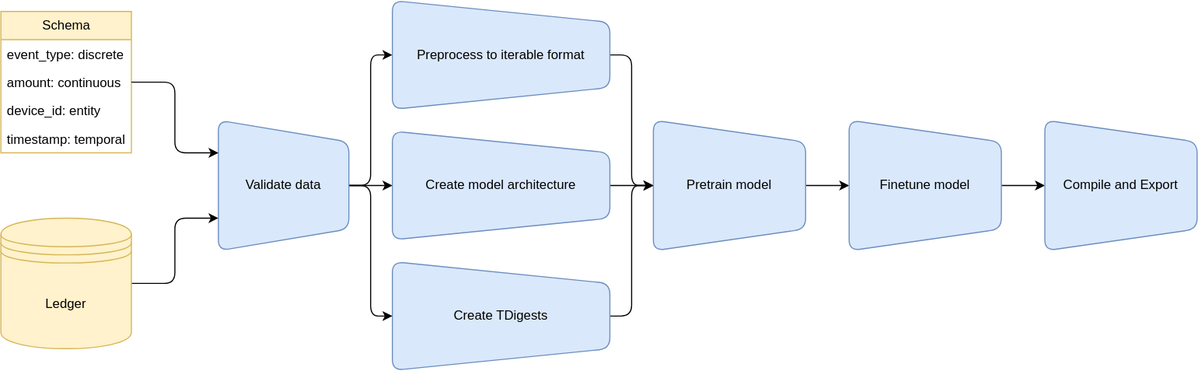
Earlier version of the draw.io export docs/diagrams/pipeline.drawio.svg (granthamtaylor/windmark). Source tidied: cells renumbered, new cells last; positions are measured from the earlier drawing's top-left corner, leaving out a move shared by most shapes.
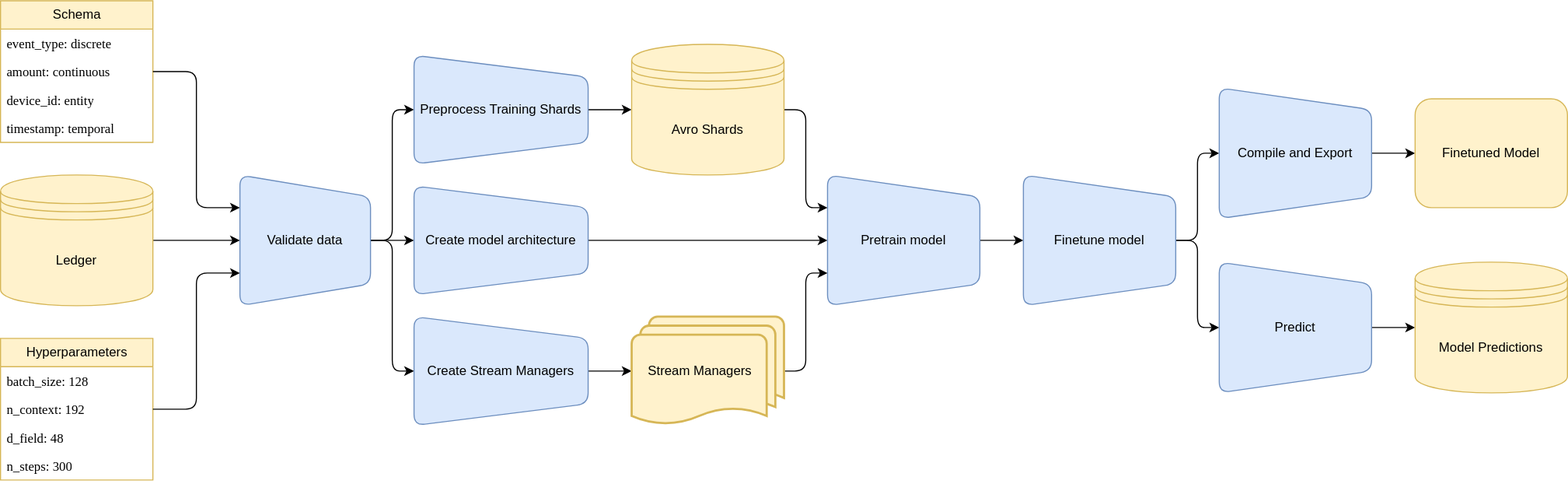
Later version of the same file.

The edit, as a diff of the source:
```diff
@@ -2,8 +2,13 @@
   <root>
     <mxCell id="0" />
     <mxCell id="1" parent="0" />
-    <mxCell id="2" style="edgeStyle=elbowEdgeStyle;html=1;entryX=0.5;entryY=1;entryDx=0;entryDy=0;" parent="1" edge="1" source="5" target="15">
-      <mxGeometry relative="1" as="geometry" />
+    <mxCell id="2" style="edgeStyle=elbowEdgeStyle;html=1;entryX=0.5;entryY=1;entryDx=0;entryDy=0;" parent="1" edge="1" target="15">
+      <mxGeometry relative="1" as="geometry">
+        <mxPoint x="320" y="170" as="sourcePoint" />
+        <Array as="points">
+          <mxPoint x="340" y="110" />
+        </Array>
+      </mxGeometry>
     </mxCell>
     <mxCell id="3" style="edgeStyle=elbowEdgeStyle;html=1;" parent="1" edge="1" source="5" target="17">
       <mxGeometry relative="1" as="geometry" />
@@ -14,62 +19,110 @@
     <mxCell id="5" value="Validate data" style="shape=trapezoid;perimeter=trapezoidPerimeter;whiteSpace=wrap;html=1;fixedSize=1;direction=south;size=20;rounded=1;fillColor=#dae8fc;strokeColor=#6c8ebf;" parent="1" vertex="1">
       <mxGeometry x="200" y="110" width="120" height="120" as="geometry" />
     </mxCell>
-    <mxCell id="6" style="edgeStyle=elbowEdgeStyle;html=1;entryX=0.75;entryY=1;entryDx=0;entryDy=0;" parent="1" edge="1" source="7" target="5">
+    <mxCell id="6" style="edgeStyle=elbowEdgeStyle;html=1;entryX=0.5;entryY=1;entryDx=0;entryDy=0;" parent="1" edge="1" source="7" target="5">
       <mxGeometry relative="1" as="geometry" />
     </mxCell>
     <mxCell id="7" value="Ledger" style="shape=datastore;whiteSpace=wrap;html=1;fillColor=#fff2cc;strokeColor=#d6b656;" parent="1" vertex="1">
-      <mxGeometry y="200" width="120" height="120" as="geometry" />
+      <mxGeometry x="-20" y="110" width="140" height="120" as="geometry" />
     </mxCell>
     <mxCell id="8" value="Schema" style="swimlane;fontStyle=0;horizontal=1;startSize=26;fillColor=#fff2cc;html=1;strokeColor=#d6b656;" parent="1" vertex="1">
-      <mxGeometry y="10" width="120" height="130" as="geometry" />
+      <mxGeometry x="-20" y="-50" width="140" height="130" as="geometry" />
     </mxCell>
-    <mxCell id="9" value="event_type: discrete" style="text;strokeColor=none;fillColor=none;align=left;verticalAlign=top;spacingLeft=4;spacingRight=4;overflow=hidden;whiteSpace=wrap;html=1;" parent="8" vertex="1">
-      <mxGeometry y="26" width="120" height="26" as="geometry" />
+    <mxCell id="9" value="event_type: discrete" style="text;strokeColor=none;fillColor=none;align=left;verticalAlign=top;spacingLeft=4;spacingRight=4;overflow=hidden;whiteSpace=wrap;html=1;fontFamily=Verdana;" parent="8" vertex="1">
+      <mxGeometry y="26" width="140" height="26" as="geometry" />
     </mxCell>
-    <mxCell id="10" value="amount: continuous" style="text;strokeColor=none;fillColor=none;align=left;verticalAlign=top;spacingLeft=4;spacingRight=4;overflow=hidden;points=[[0,0.5],[1,0.5]];portConstraint=eastwest;whiteSpace=wrap;html=1;" parent="8" vertex="1">
-      <mxGeometry y="52" width="120" height="26" as="geometry" />
+    <mxCell id="10" value="amount: continuous" style="text;strokeColor=none;fillColor=none;align=left;verticalAlign=top;spacingLeft=4;spacingRight=4;overflow=hidden;points=[[0,0.5],[1,0.5]];portConstraint=eastwest;whiteSpace=wrap;html=1;fontFamily=Verdana;" parent="8" vertex="1">
+      <mxGeometry y="52" width="140" height="26" as="geometry" />
     </mxCell>
-    <mxCell id="11" value="device_id: entity" style="text;strokeColor=none;fillColor=none;align=left;verticalAlign=top;spacingLeft=4;spacingRight=4;overflow=hidden;whiteSpace=wrap;html=1;" parent="8" vertex="1">
-      <mxGeometry y="78" width="120" height="26" as="geometry" />
+    <mxCell id="11" value="device_id: entity" style="text;strokeColor=none;fillColor=none;align=left;verticalAlign=top;spacingLeft=4;spacingRight=4;overflow=hidden;whiteSpace=wrap;html=1;fontFamily=Verdana;" parent="8" vertex="1">
+      <mxGeometry y="78" width="140" height="26" as="geometry" />
     </mxCell>
-    <mxCell id="12" value="timestamp: temporal" style="text;strokeColor=none;fillColor=none;align=left;verticalAlign=top;spacingLeft=4;spacingRight=4;overflow=hidden;whiteSpace=wrap;html=1;" parent="8" vertex="1">
-      <mxGeometry y="104" width="120" height="26" as="geometry" />
+    <mxCell id="12" value="timestamp: temporal" style="text;strokeColor=none;fillColor=none;align=left;verticalAlign=top;spacingLeft=4;spacingRight=4;overflow=hidden;whiteSpace=wrap;html=1;fontFamily=Verdana;" parent="8" vertex="1">
+      <mxGeometry y="104" width="140" height="26" as="geometry" />
     </mxCell>
     <mxCell id="13" style="edgeStyle=elbowEdgeStyle;html=1;entryX=0.25;entryY=1;entryDx=0;entryDy=0;" parent="1" edge="1" source="10" target="5">
       <mxGeometry relative="1" as="geometry" />
     </mxCell>
-    <mxCell id="14" style="edgeStyle=elbowEdgeStyle;html=1;" parent="1" edge="1" source="15" target="19">
+    <mxCell id="14" style="edgeStyle=elbowEdgeStyle;html=1;entryX=0;entryY=0.5;entryDx=0;entryDy=0;" parent="1" edge="1" source="15" target="38">
       <mxGeometry relative="1" as="geometry" />
     </mxCell>
-    <mxCell id="15" value="Preprocess to iterable format" style="shape=trapezoid;perimeter=trapezoidPerimeter;whiteSpace=wrap;html=1;fixedSize=1;direction=south;size=20;rounded=1;fillColor=#dae8fc;strokeColor=#6c8ebf;" parent="1" vertex="1">
-      <mxGeometry x="360" width="200" height="100" as="geometry" />
+    <mxCell id="15" value="Preprocess Training Shards" style="shape=trapezoid;perimeter=trapezoidPerimeter;whiteSpace=wrap;html=1;fixedSize=1;direction=south;size=20;rounded=1;fillColor=#dae8fc;strokeColor=#6c8ebf;" parent="1" vertex="1">
+      <mxGeometry x="360" width="160" height="100" as="geometry" />
     </mxCell>
     <mxCell id="16" style="edgeStyle=elbowEdgeStyle;html=1;entryX=0.5;entryY=1;entryDx=0;entryDy=0;" parent="1" edge="1" source="17" target="19">
       <mxGeometry relative="1" as="geometry" />
     </mxCell>
     <mxCell id="17" value="Create model architecture" style="shape=trapezoid;perimeter=trapezoidPerimeter;whiteSpace=wrap;html=1;fixedSize=1;direction=south;size=20;rounded=1;fillColor=#dae8fc;strokeColor=#6c8ebf;" parent="1" vertex="1">
-      <mxGeometry x="360" y="120" width="200" height="100" as="geometry" />
+      <mxGeometry x="360" y="120" width="160" height="100" as="geometry" />
     </mxCell>
     <mxCell id="18" style="edgeStyle=elbowEdgeStyle;html=1;entryX=0.5;entryY=1;entryDx=0;entryDy=0;" parent="1" edge="1" source="19" target="23">
       <mxGeometry relative="1" as="geometry" />
     </mxCell>
     <mxCell id="19" value="Pretrain model" style="shape=trapezoid;perimeter=trapezoidPerimeter;whiteSpace=wrap;html=1;fixedSize=1;direction=south;size=20;rounded=1;fillColor=#dae8fc;strokeColor=#6c8ebf;" parent="1" vertex="1">
-      <mxGeometry x="600" y="110" width="140" height="120" as="geometry" />
+      <mxGeometry x="740" y="110" width="140" height="120" as="geometry" />
     </mxCell>
-    <mxCell id="20" style="edgeStyle=elbowEdgeStyle;html=1;entryX=0.5;entryY=1;entryDx=0;entryDy=0;" parent="1" edge="1" source="21" target="19">
-      <mxGeometry relative="1" as="geometry" />
-    </mxCell>
+    <mxCell id="25" style="edgeStyle=none;html=1;entryX=0;entryY=0.5;entryDx=0;entryDy=0;entryPerimeter=0;" parent="1" edge="1" source="21" target="41">
+      <mxGeometry relative="1" as="geometry" />
+    </mxCell>
-    <mxCell id="21" value="Create TDigests" style="shape=trapezoid;perimeter=trapezoidPerimeter;whiteSpace=wrap;html=1;fixedSize=1;direction=south;size=20;rounded=1;fillColor=#dae8fc;strokeColor=#6c8ebf;" parent="1" vertex="1">
-      <mxGeometry x="360" y="240" width="200" height="100" as="geometry" />
+    <mxCell id="21" value="Create Stream Managers" style="shape=trapezoid;perimeter=trapezoidPerimeter;whiteSpace=wrap;html=1;fixedSize=1;direction=south;size=20;rounded=1;fillColor=#dae8fc;strokeColor=#6c8ebf;" parent="1" vertex="1">
+      <mxGeometry x="360" y="240" width="160" height="100" as="geometry" />
     </mxCell>
     <mxCell id="22" style="edgeStyle=elbowEdgeStyle;html=1;" parent="1" edge="1" source="23" target="24">
       <mxGeometry relative="1" as="geometry" />
     </mxCell>
+    <mxCell id="26" style="edgeStyle=elbowEdgeStyle;html=1;entryX=0.5;entryY=1;entryDx=0;entryDy=0;" parent="1" edge="1" source="23" target="29">
+      <mxGeometry relative="1" as="geometry" />
+    </mxCell>
     <mxCell id="23" value="Finetune model" style="shape=trapezoid;perimeter=trapezoidPerimeter;whiteSpace=wrap;html=1;fixedSize=1;direction=south;size=20;rounded=1;fillColor=#dae8fc;strokeColor=#6c8ebf;" parent="1" vertex="1">
-      <mxGeometry x="780" y="110" width="140" height="120" as="geometry" />
+      <mxGeometry x="920" y="110" width="140" height="120" as="geometry" />
     </mxCell>
+    <mxCell id="27" style="edgeStyle=elbowEdgeStyle;html=1;entryX=0;entryY=0.5;entryDx=0;entryDy=0;" parent="1" edge="1" source="24" target="39">
+      <mxGeometry relative="1" as="geometry" />
+    </mxCell>
     <mxCell id="24" value="Compile and Export" style="shape=trapezoid;perimeter=trapezoidPerimeter;whiteSpace=wrap;html=1;fixedSize=1;direction=south;size=20;rounded=1;fillColor=#dae8fc;strokeColor=#6c8ebf;" parent="1" vertex="1">
-      <mxGeometry x="960" y="110" width="140" height="120" as="geometry" />
+      <mxGeometry x="1100" y="30" width="140" height="120" as="geometry" />
     </mxCell>
+    <mxCell id="28" style="edgeStyle=none;html=1;entryX=0;entryY=0.5;entryDx=0;entryDy=0;" parent="1" edge="1" source="29" target="36">
+      <mxGeometry relative="1" as="geometry" />
+    </mxCell>
+    <mxCell id="29" value="Predict" style="shape=trapezoid;perimeter=trapezoidPerimeter;whiteSpace=wrap;html=1;fixedSize=1;direction=south;size=20;rounded=1;fillColor=#dae8fc;strokeColor=#6c8ebf;" parent="1" vertex="1">
+      <mxGeometry x="1100" y="190" width="140" height="120" as="geometry" />
+    </mxCell>
+    <mxCell id="30" value="Hyperparameters" style="swimlane;fontStyle=0;horizontal=1;startSize=26;fillColor=#fff2cc;html=1;strokeColor=#d6b656;" parent="1" vertex="1">
+      <mxGeometry x="-20" y="260" width="140" height="130" as="geometry" />
+    </mxCell>
+    <mxCell id="31" value="batch_size: 128" style="text;strokeColor=none;fillColor=none;align=left;verticalAlign=top;spacingLeft=4;spacingRight=4;overflow=hidden;whiteSpace=wrap;html=1;fontFamily=Verdana;" parent="30" vertex="1">
+      <mxGeometry y="26" width="140" height="26" as="geometry" />
+    </mxCell>
+    <mxCell id="32" value="n_context: 192" style="text;strokeColor=none;fillColor=none;align=left;verticalAlign=top;spacingLeft=4;spacingRight=4;overflow=hidden;points=[[0,0.5],[1,0.5]];portConstraint=eastwest;whiteSpace=wrap;html=1;fontFamily=Verdana;" parent="30" vertex="1">
+      <mxGeometry y="52" width="140" height="26" as="geometry" />
+    </mxCell>
+    <mxCell id="33" value="d_field: 48" style="text;strokeColor=none;fillColor=none;align=left;verticalAlign=top;spacingLeft=4;spacingRight=4;overflow=hidden;whiteSpace=wrap;html=1;fontFamily=Verdana;" parent="30" vertex="1">
+      <mxGeometry y="78" width="140" height="26" as="geometry" />
+    </mxCell>
+    <mxCell id="34" value="n_steps: 300" style="text;strokeColor=none;fillColor=none;align=left;verticalAlign=top;spacingLeft=4;spacingRight=4;overflow=hidden;whiteSpace=wrap;html=1;fontFamily=Verdana;" parent="30" vertex="1">
+      <mxGeometry y="104" width="140" height="26" as="geometry" />
+    </mxCell>
+    <mxCell id="35" style="edgeStyle=elbowEdgeStyle;html=1;entryX=0.75;entryY=1;entryDx=0;entryDy=0;" parent="1" edge="1" source="32" target="5">
+      <mxGeometry relative="1" as="geometry" />
+    </mxCell>
+    <mxCell id="36" value="Model Predictions" style="shape=datastore;whiteSpace=wrap;html=1;fillColor=#fff2cc;strokeColor=#d6b656;" parent="1" vertex="1">
+      <mxGeometry x="1280" y="190" width="140" height="120" as="geometry" />
+    </mxCell>
+    <mxCell id="37" style="edgeStyle=elbowEdgeStyle;html=1;entryX=0.25;entryY=1;entryDx=0;entryDy=0;" parent="1" edge="1" source="38" target="19">
+      <mxGeometry relative="1" as="geometry" />
+    </mxCell>
+    <mxCell id="38" value="Avro Shards" style="shape=datastore;whiteSpace=wrap;html=1;fillColor=#fff2cc;strokeColor=#d6b656;" parent="1" vertex="1">
+      <mxGeometry x="560" y="-10" width="140" height="120" as="geometry" />
+    </mxCell>
+    <mxCell id="39" value="Finetuned Model" style="rounded=1;whiteSpace=wrap;html=1;fillColor=#fff2cc;strokeColor=#d6b656;" parent="1" vertex="1">
+      <mxGeometry x="1280" y="40" width="140" height="100" as="geometry" />
+    </mxCell>
+    <mxCell id="40" style="edgeStyle=elbowEdgeStyle;html=1;entryX=0.75;entryY=1;entryDx=0;entryDy=0;" parent="1" edge="1" source="41" target="19">
+      <mxGeometry relative="1" as="geometry" />
+    </mxCell>
+    <mxCell id="41" value="Stream Managers" style="strokeWidth=2;html=1;shape=mxgraph.flowchart.multi-document;whiteSpace=wrap;fillColor=#fff2cc;strokeColor=#d6b656;spacingRight=14;" parent="1" vertex="1">
+      <mxGeometry x="560" y="240" width="140" height="100" as="geometry" />
+    </mxCell>
   </root>
 </mxGraphModel>
```
